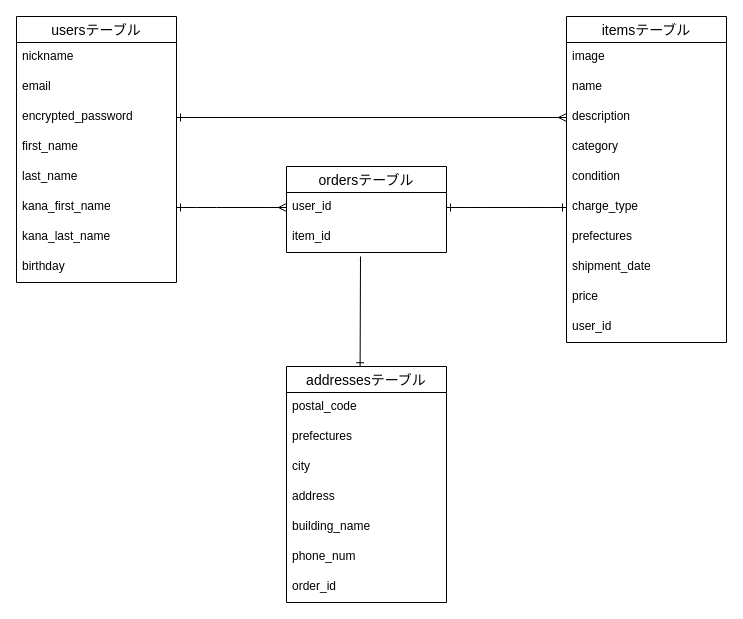
Before: ER1.dio in RuutoRuuto/furima-31512, a draw.io diagram. Source tidied: cells renumbered, new cells numbered last; positions are measured from the earlier drawing's top-left corner, leaving out a move shared by most shapes. Both pictures are drawn from the tidied source at 100%, with x=0, y=0 at pixel (16, 16).
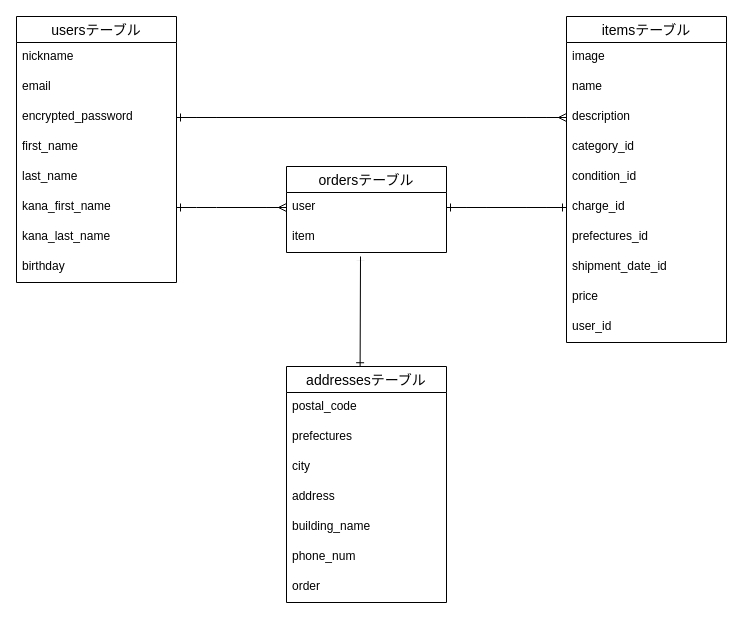
The same page after the edit.

Unchanged cells that the change refers to:
```xml
<mxCell id="11" value="itemsテーブル" style="swimlane;fontStyle=0;horizontal=1;startSize=26;align=center;fontSize=14;" parent="1" vertex="1">
  <mxGeometry x="550" width="160" height="326" as="geometry" />
</mxCell>
<mxCell id="22" value="ordersテーブル" style="swimlane;fontStyle=0;horizontal=1;startSize=26;align=center;fontSize=14;" parent="1" vertex="1">
  <mxGeometry x="270" y="150" width="160" height="86" as="geometry" />
</mxCell>
<mxCell id="26" value="addressesテーブル" style="swimlane;fontStyle=0;horizontal=1;startSize=26;align=center;fontSize=14;" parent="1" vertex="1">
  <mxGeometry x="270" y="350" width="160" height="236" as="geometry" />
</mxCell>
```

Change to the diagram source:
```diff
@@
-    <mxCell id="15" value="category" style="text;strokeColor=none;fillColor=none;spacingLeft=4;spacingRight=4;overflow=hidden;fontSize=12;" parent="11" vertex="1">
+    <mxCell id="15" value="category_id" style="text;strokeColor=none;fillColor=none;spacingLeft=4;spacingRight=4;overflow=hidden;fontSize=12;" parent="11" vertex="1">
       <mxGeometry y="116" width="160" height="30" as="geometry" />
     </mxCell>
-    <mxCell id="16" value="condition" style="text;strokeColor=none;fillColor=none;spacingLeft=4;spacingRight=4;overflow=hidden;fontSize=12;" parent="11" vertex="1">
+    <mxCell id="16" value="condition_id" style="text;strokeColor=none;fillColor=none;spacingLeft=4;spacingRight=4;overflow=hidden;fontSize=12;" parent="11" vertex="1">
       <mxGeometry y="146" width="160" height="30" as="geometry" />
     </mxCell>
-    <mxCell id="17" value="charge_type" style="text;strokeColor=none;fillColor=none;spacingLeft=4;spacingRight=4;overflow=hidden;points=[[0,0.5],[1,0.5]];portConstraint=eastwest;fontSize=12;" parent="11" vertex="1">
+    <mxCell id="17" value="charge_id" style="text;strokeColor=none;fillColor=none;spacingLeft=4;spacingRight=4;overflow=hidden;points=[[0,0.5],[1,0.5]];portConstraint=eastwest;fontSize=12;" parent="11" vertex="1">
       <mxGeometry y="176" width="160" height="30" as="geometry" />
     </mxCell>
-    <mxCell id="18" value="prefectures" style="text;strokeColor=none;fillColor=none;spacingLeft=4;spacingRight=4;overflow=hidden;fontSize=12;" parent="11" vertex="1">
+    <mxCell id="18" value="prefectures_id" style="text;strokeColor=none;fillColor=none;spacingLeft=4;spacingRight=4;overflow=hidden;fontSize=12;" parent="11" vertex="1">
       <mxGeometry y="206" width="160" height="30" as="geometry" />
     </mxCell>
-    <mxCell id="19" value="shipment_date" style="text;strokeColor=none;fillColor=none;spacingLeft=4;spacingRight=4;overflow=hidden;fontSize=12;" parent="11" vertex="1">
+    <mxCell id="19" value="shipment_date_id" style="text;strokeColor=none;fillColor=none;spacingLeft=4;spacingRight=4;overflow=hidden;fontSize=12;" parent="11" vertex="1">
       <mxGeometry y="236" width="160" height="30" as="geometry" />
     </mxCell>
@@
-    <mxCell id="23" value="user_id" style="text;strokeColor=none;fillColor=none;spacingLeft=4;spacingRight=4;overflow=hidden;points=[[0,0.5],[1,0.5]];portConstraint=eastwest;fontSize=12;" parent="22" vertex="1">
+    <mxCell id="23" value="user" style="text;strokeColor=none;fillColor=none;spacingLeft=4;spacingRight=4;overflow=hidden;points=[[0,0.5],[1,0.5]];portConstraint=eastwest;fontSize=12;" parent="22" vertex="1">
       <mxGeometry y="26" width="160" height="30" as="geometry" />
     </mxCell>
-    <mxCell id="24" value="item_id" style="text;strokeColor=none;fillColor=none;spacingLeft=4;spacingRight=4;overflow=hidden;fontSize=12;" parent="22" vertex="1">
+    <mxCell id="24" value="item" style="text;strokeColor=none;fillColor=none;spacingLeft=4;spacingRight=4;overflow=hidden;fontSize=12;" parent="22" vertex="1">
       <mxGeometry y="56" width="160" height="30" as="geometry" />
     </mxCell>
@@
-    <mxCell id="33" value="order_id" style="text;strokeColor=none;fillColor=none;spacingLeft=4;spacingRight=4;overflow=hidden;fontSize=12;" parent="26" vertex="1">
+    <mxCell id="33" value="order" style="text;strokeColor=none;fillColor=none;spacingLeft=4;spacingRight=4;overflow=hidden;fontSize=12;" parent="26" vertex="1">
       <mxGeometry y="206" width="160" height="30" as="geometry" />
     </mxCell>
```
